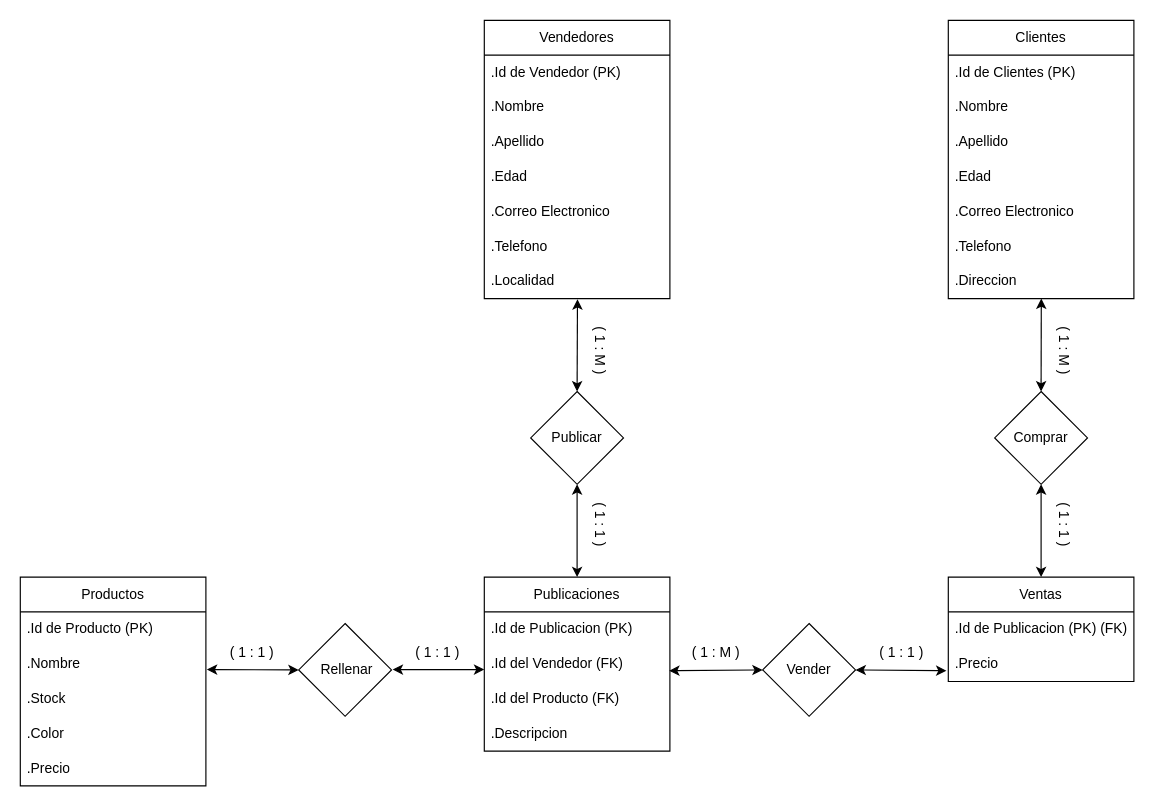
Before: DER/Que Diagrama Negro.drawio in Queso-Parmesano/Proyecto-Informatico.2, a draw.io diagram. Source tidied: cells renumbered, new cells numbered last; positions are measured from the earlier drawing's top-left corner, leaving out a move shared by most shapes. Both pictures are drawn from the tidied source at 116%, with x=0, y=0 at pixel (20, 20).
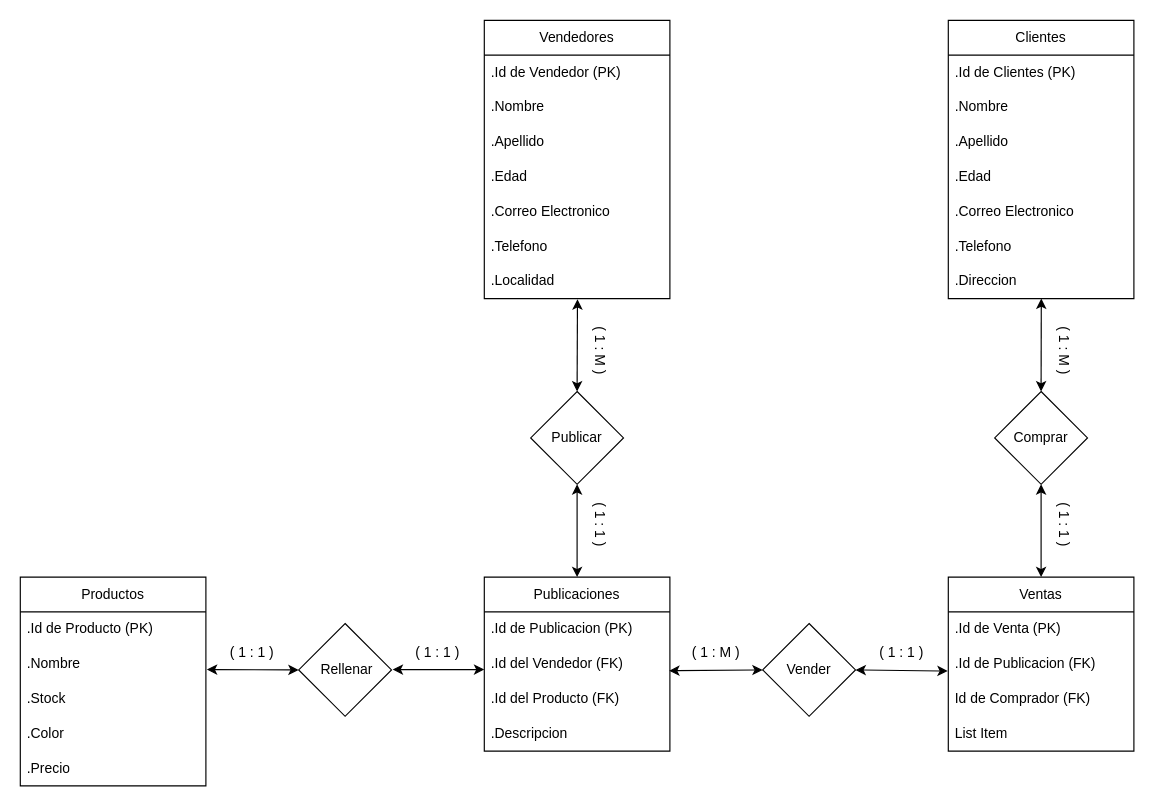
After the change.

The change refers to these unchanged cells:
```xml
<mxCell id="36" style="rhombus;whiteSpace=wrap;html=1;" parent="1" vertex="1">
  <mxGeometry x="640" y="520" width="80" height="80" as="geometry" />
</mxCell>
```

The edit, as a diff of the source:
```diff
@@
     <mxCell id="29" value="Ventas" style="swimlane;fontStyle=0;horizontal=1;startSize=30;whiteSpace=wrap;html=1;" parent="1" vertex="1">
-      <mxGeometry x="800" y="480" width="160" height="90" as="geometry" />
+      <mxGeometry x="800" y="480" width="160" height="150" as="geometry" />
     </mxCell>
+    <mxCell id="31" value=".Id de Venta (PK)" style="text;strokeColor=none;fillColor=none;align=left;verticalAlign=middle;spacingLeft=4;spacingRight=4;overflow=hidden;points=[[0,0.5],[1,0.5]];portConstraint=eastwest;whiteSpace=wrap;html=1;" parent="29" vertex="1">
+      <mxGeometry y="30" width="160" height="30" as="geometry" />
+    </mxCell>
-    <mxCell id="30" value=".Id de Publicacion (PK) (FK)" style="text;strokeColor=none;fillColor=none;align=left;verticalAlign=middle;spacingLeft=4;spacingRight=4;overflow=hidden;points=[[0,0.5],[1,0.5]];portConstraint=eastwest;whiteSpace=wrap;html=1;" parent="29" vertex="1">
-      <mxGeometry y="30" width="160" height="30" as="geometry" />
+    <mxCell id="30" value=".Id de Publicacion (FK)" style="text;strokeColor=none;fillColor=none;align=left;verticalAlign=middle;spacingLeft=4;spacingRight=4;overflow=hidden;points=[[0,0.5],[1,0.5]];portConstraint=eastwest;whiteSpace=wrap;html=1;" parent="29" vertex="1">
+      <mxGeometry y="60" width="160" height="30" as="geometry" />
     </mxCell>
-    <mxCell id="31" value=".Precio&amp;nbsp;" style="text;strokeColor=none;fillColor=none;align=left;verticalAlign=middle;spacingLeft=4;spacingRight=4;overflow=hidden;points=[[0,0.5],[1,0.5]];portConstraint=eastwest;whiteSpace=wrap;html=1;" parent="29" vertex="1">
-      <mxGeometry y="60" width="160" height="30" as="geometry" />
-    </mxCell>
+    <mxCell id="56" value="Id de Comprador (FK)" style="text;strokeColor=none;fillColor=none;align=left;verticalAlign=middle;spacingLeft=4;spacingRight=4;overflow=hidden;whiteSpace=wrap;html=1;" parent="29" vertex="1">
+      <mxGeometry y="90" width="160" height="30" as="geometry" />
+    </mxCell>
+    <mxCell id="57" value="List Item" style="text;strokeColor=none;fillColor=none;align=left;verticalAlign=middle;spacingLeft=4;spacingRight=4;overflow=hidden;whiteSpace=wrap;html=1;" parent="29" vertex="1">
+      <mxGeometry y="120" width="160" height="30" as="geometry" />
+    </mxCell>
@@
-    <mxCell id="41" style="endArrow=classic;startArrow=classic;html=1;rounded=0;exitX=-0.01;exitY=0.691;exitDx=0;exitDy=0;exitPerimeter=0;entryX=1;entryY=0.5;entryDx=0;entryDy=0;" parent="1" edge="1" source="31" target="36">
+    <mxCell id="41" style="endArrow=classic;startArrow=classic;html=1;rounded=0;exitX=-0.003;exitY=0.701;exitDx=0;exitDy=0;entryX=1;entryY=0.5;entryDx=0;entryDy=0;exitPerimeter=0;" parent="1" edge="1" source="30" target="36">
       <mxGeometry relative="1" as="geometry" />
     </mxCell>
```
